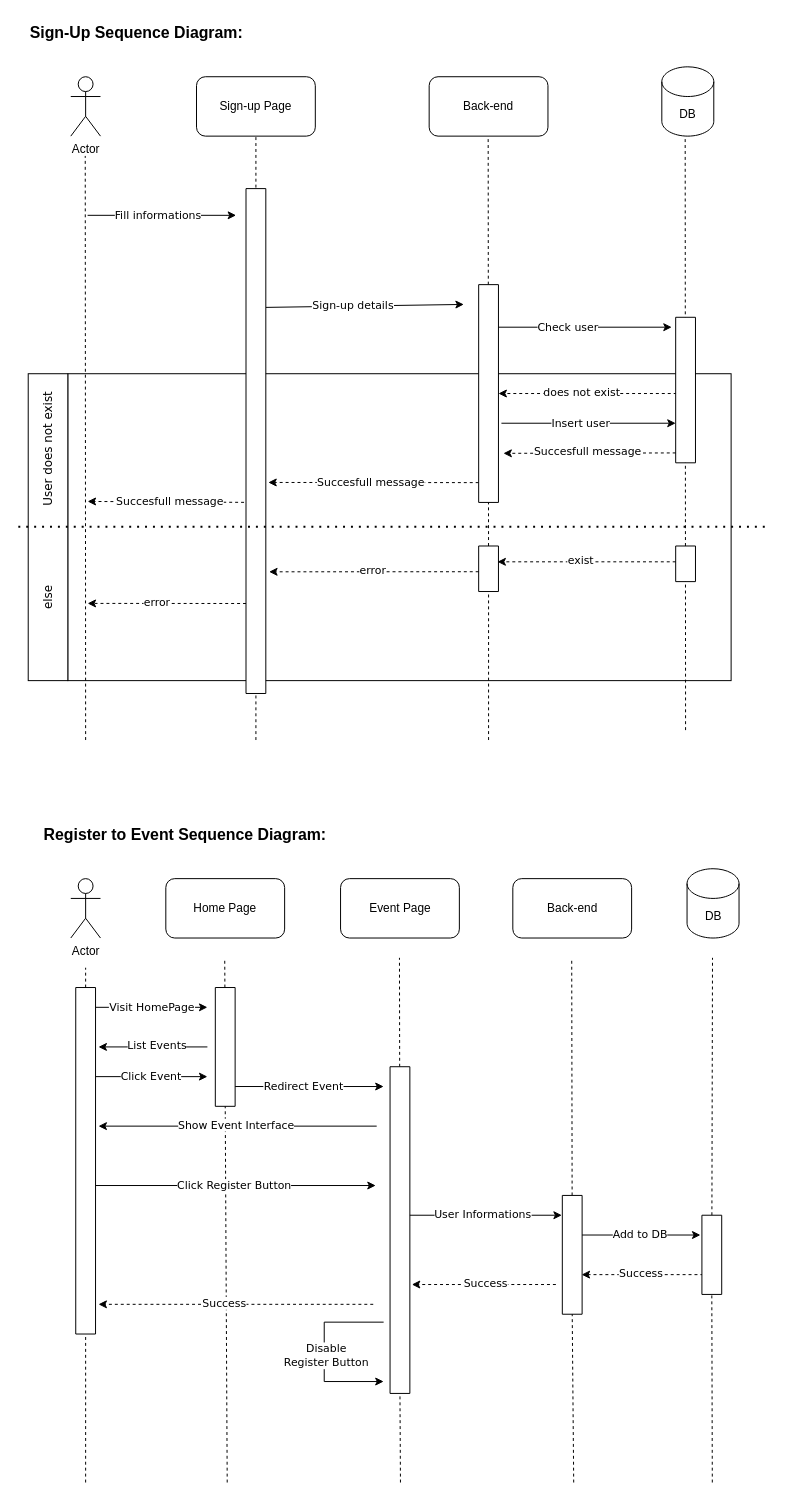
The draw.io diagram Untitled Diagram.drawio in MustafaKANLI/BildirWebPublic, before the edit. Source tidied: cells renumbered, new cells numbered last; positions are measured from the earlier drawing's top-left corner, leaving out a move shared by most shapes. Both pictures are drawn from the tidied source at 99%, with x=0, y=0 at pixel (18, 17).
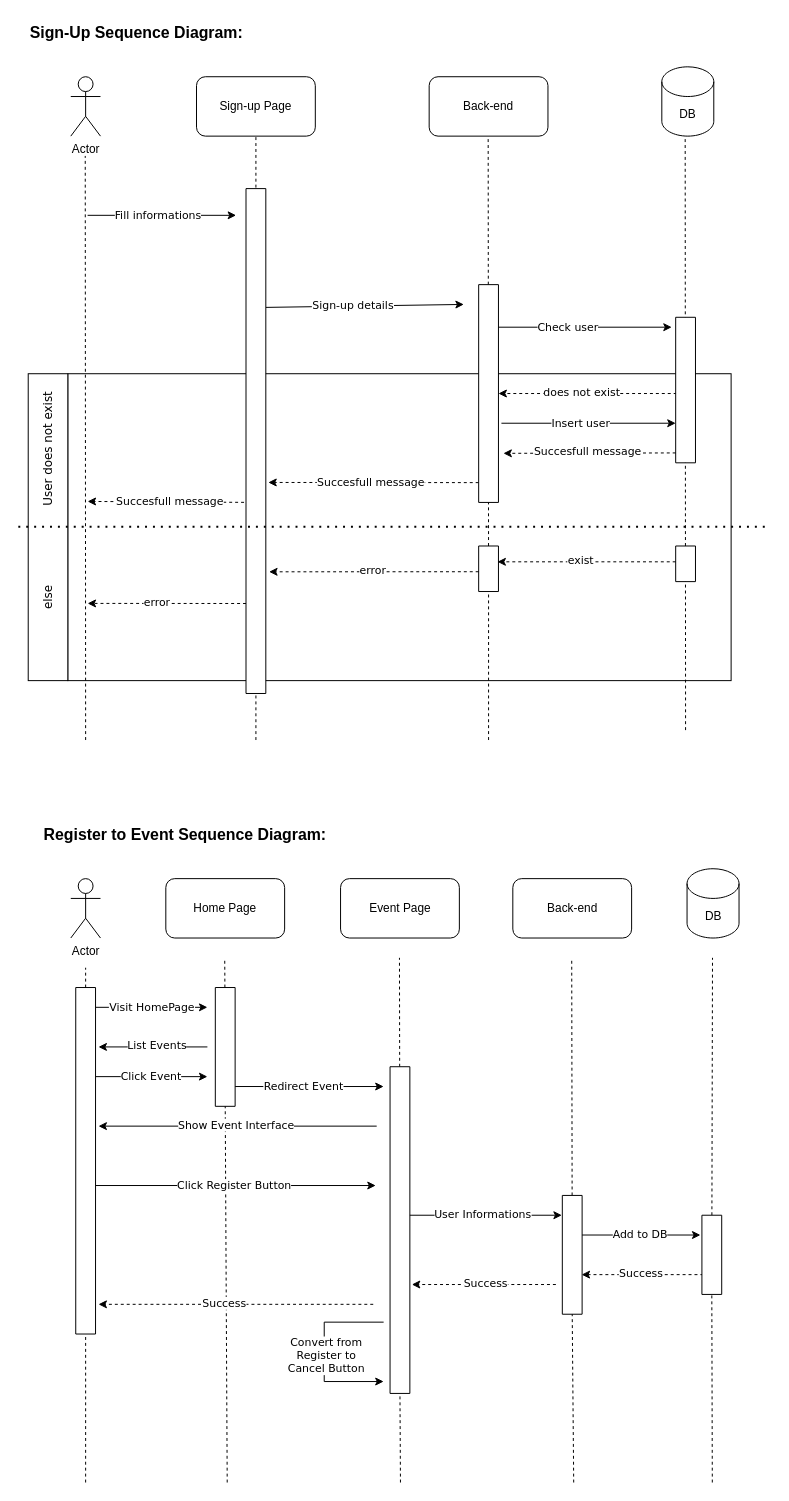
Above is the later version.

Commit message:
Update Register to Event sequence diagram detail

The change refers to these unchanged cells:
```xml
<mxCell id="79" style="endArrow=classic;html=1;rounded=0;fontFamily=Verdana;" parent="1" edge="1">
  <mxGeometry relative="1" as="geometry">
    <mxPoint x="369" y="1318" as="sourcePoint" />
    <mxPoint x="369" y="1378" as="targetPoint" />
    <Array as="points">
      <mxPoint x="309" y="1318" />
      <mxPoint x="309" y="1378" />
    </Array>
  </mxGeometry>
</mxCell>
```

The edit, as a diff of the source:
```diff
@@
-    <mxCell id="80" value="Disable&lt;br&gt;Register Button" style="edgeLabel;html=1;align=center;verticalAlign=middle;fontFamily=Verdana;" parent="79" vertex="1">
+    <mxCell id="80" value="Convert from&lt;br&gt;Register to&lt;br&gt;Cancel Button" style="edgeLabel;html=1;align=center;verticalAlign=middle;fontFamily=Verdana;" parent="79" vertex="1">
       <mxGeometry x="-0.29" y="1" relative="1" as="geometry">
         <mxPoint y="29" as="offset" />
       </mxGeometry>
     </mxCell>
```
